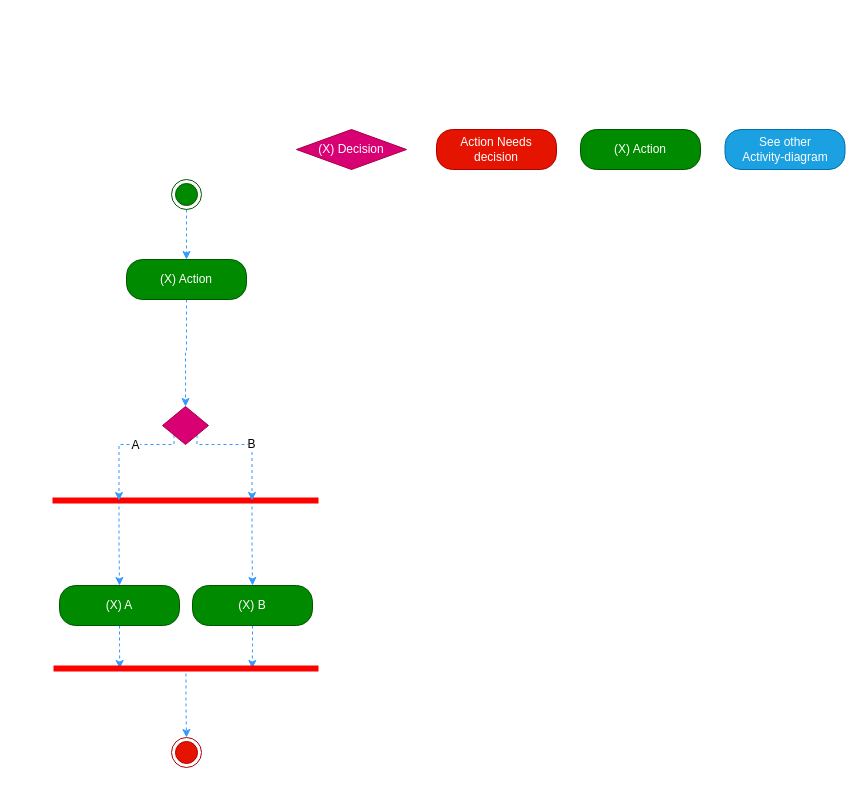
Before: Activity Diagrams/_Template activity.drawio in nsward/diagrams, a draw.io diagram. Source tidied: cells renumbered, new cells numbered last; positions are measured from the earlier drawing's top-left corner, leaving out a move shared by most shapes. Both pictures are drawn from the tidied source at 100%, with x=0, y=0 at pixel (52, 129).
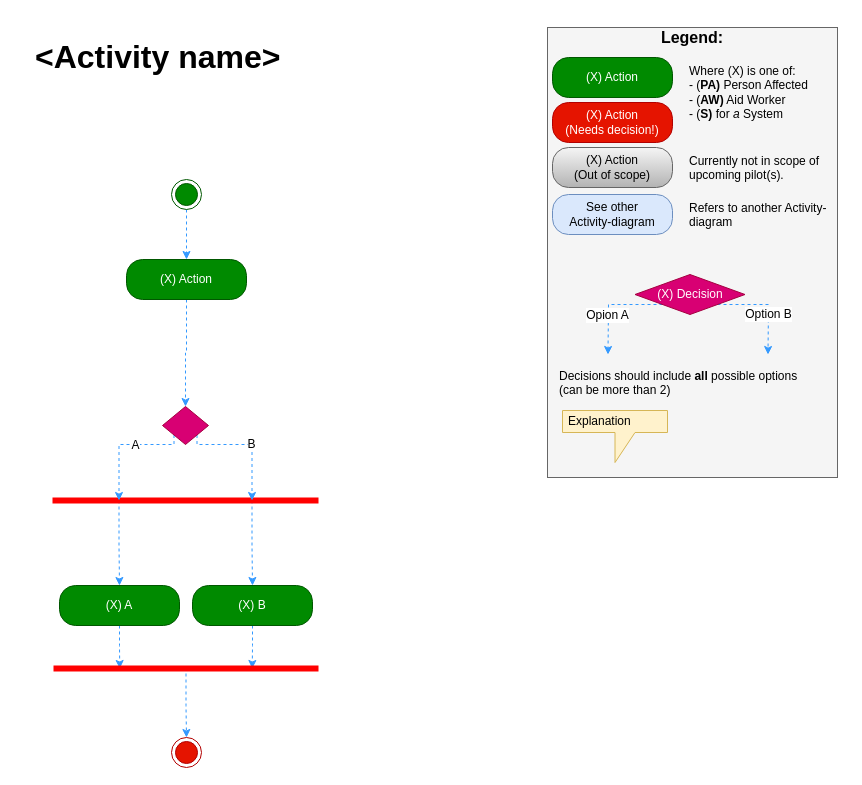
The same diagram, later.

Commit message:
Update legend/format of template

The edit, as a diff of the source:
```diff
@@
+    <mxCell id="26" style="rounded=0;whiteSpace=wrap;html=1;fontSize=16;align=left;fillColor=#f5f5f5;strokeColor=#666666;fontColor=#333333;" parent="1" vertex="1">
+      <mxGeometry x="495" y="-102" width="290" height="450" as="geometry" />
+    </mxCell>
@@
-    <mxCell id="6" value="See other&lt;br&gt;Activity-diagram" style="rounded=1;whiteSpace=wrap;html=1;arcSize=40;fillColor=#1ba1e2;strokeColor=#006EAF;fontColor=#ffffff;" parent="1" vertex="1">
-      <mxGeometry x="672.5" width="120" height="40" as="geometry" />
+    <mxCell id="6" value="See other&lt;br&gt;Activity-diagram" style="rounded=1;whiteSpace=wrap;html=1;arcSize=40;fillColor=#dae8fc;strokeColor=#6c8ebf;" parent="1" vertex="1">
+      <mxGeometry x="500" y="65" width="120" height="40" as="geometry" />
     </mxCell>
@@
     <mxCell id="8" value="(X) Action&lt;br&gt;" style="rounded=1;whiteSpace=wrap;html=1;arcSize=40;fillColor=#008a00;strokeColor=#005700;fontColor=#ffffff;" parent="1" vertex="1">
-      <mxGeometry x="528" width="120" height="40" as="geometry" />
+      <mxGeometry x="500" y="-72" width="120" height="40" as="geometry" />
     </mxCell>
+    <mxCell id="27" style="edgeStyle=orthogonalEdgeStyle;rounded=0;jettySize=auto;html=1;dashed=1;strokeColor=#3399FF;exitX=0;exitY=1;exitDx=0;exitDy=0;" parent="1" edge="1" source="9">
+      <mxGeometry relative="1" as="geometry">
+        <mxPoint x="555.5" y="225" as="targetPoint" />
+      </mxGeometry>
+    </mxCell>
+    <mxCell id="28" value="Opion A" style="text;html=1;align=center;verticalAlign=middle;labelBackgroundColor=#ffffff;" parent="27" vertex="1">
+      <mxGeometry x="-0.26" y="1" relative="1" as="geometry">
+        <mxPoint x="-18" y="9" as="offset" />
+      </mxGeometry>
+    </mxCell>
+    <mxCell id="29" style="edgeStyle=orthogonalEdgeStyle;rounded=0;jettySize=auto;html=1;exitX=1;exitY=1;exitDx=0;exitDy=0;dashed=1;strokeColor=#3399FF;" parent="1" edge="1" source="9">
+      <mxGeometry relative="1" as="geometry">
+        <mxPoint x="715.5" y="225" as="targetPoint" />
+      </mxGeometry>
+    </mxCell>
+    <mxCell id="30" value="Option B" style="text;html=1;align=center;verticalAlign=middle;labelBackgroundColor=#ffffff;" parent="29" vertex="1">
+      <mxGeometry x="0.2" y="-1" relative="1" as="geometry">
+        <mxPoint x="1" as="offset" />
+      </mxGeometry>
+    </mxCell>
     <mxCell id="9" value="&lt;span&gt;(X) Decision&lt;br&gt;&lt;/span&gt;" style="rhombus;whiteSpace=wrap;html=1;fillColor=#d80073;strokeColor=#A50040;fontColor=#ffffff;" parent="1" vertex="1">
-      <mxGeometry x="244" width="110" height="40" as="geometry" />
+      <mxGeometry x="582.5" y="145" width="110" height="40" as="geometry" />
     </mxCell>
@@
-    <mxCell id="25" value="Action Needs decision&lt;br&gt;" style="rounded=1;whiteSpace=wrap;html=1;arcSize=40;fillColor=#e51400;strokeColor=#B20000;fontColor=#ffffff;" parent="1" vertex="1">
-      <mxGeometry x="384" width="120" height="40" as="geometry" />
+    <mxCell id="25" value="(X) Action&lt;br&gt;(Needs decision!)&lt;br&gt;" style="rounded=1;whiteSpace=wrap;html=1;arcSize=40;fillColor=#e51400;strokeColor=#B20000;fontColor=#ffffff;" parent="1" vertex="1">
+      <mxGeometry x="500" y="-27" width="120" height="40" as="geometry" />
     </mxCell>
+    <mxCell id="31" value="&lt;div style=&quot;text-align: left ; font-size: 32px&quot;&gt;&amp;lt;Activity name&amp;gt;&lt;/div&gt;" style="text;html=1;strokeColor=none;fillColor=none;align=left;verticalAlign=middle;whiteSpace=wrap;rounded=0;fontStyle=1;fontSize=32;spacingLeft=16;" parent="1" vertex="1">
+      <mxGeometry x="-35" y="-112" width="518" height="80" as="geometry" />
+    </mxCell>
+    <mxCell id="32" value="&lt;font style=&quot;font-size: 16px;&quot;&gt;Legend:&lt;/font&gt;" style="text;html=1;strokeColor=none;fillColor=none;align=center;verticalAlign=middle;whiteSpace=wrap;rounded=0;fontSize=16;fontStyle=1;" parent="1" vertex="1">
+      <mxGeometry x="620" y="-102" width="40" height="20" as="geometry" />
+    </mxCell>
+    <mxCell id="33" value="Where (X) is one of:&lt;br&gt;- (&lt;b&gt;PA)&lt;/b&gt; Person Affected&lt;br&gt;- (&lt;b&gt;AW)&lt;/b&gt; Aid Worker&lt;br&gt;- (&lt;b&gt;S)&lt;/b&gt; for &lt;i&gt;a&lt;/i&gt; System&lt;br&gt;" style="text;html=1;strokeColor=none;fillColor=none;align=left;verticalAlign=top;whiteSpace=wrap;rounded=0;fontSize=12;" parent="1" vertex="1">
+      <mxGeometry x="635" y="-72" width="140" height="70" as="geometry" />
+    </mxCell>
+    <mxCell id="34" value="Refers to another Activity-diagram&lt;br&gt;" style="text;html=1;strokeColor=none;fillColor=none;align=left;verticalAlign=top;whiteSpace=wrap;rounded=0;fontSize=12;" parent="1" vertex="1">
+      <mxGeometry x="635" y="65" width="140" height="38" as="geometry" />
+    </mxCell>
+    <mxCell id="35" value="Decisions should include &lt;b&gt;all&lt;/b&gt; possible options (can be more than 2)&lt;br&gt;" style="text;html=1;strokeColor=none;fillColor=none;align=left;verticalAlign=top;whiteSpace=wrap;rounded=0;fontSize=12;" parent="1" vertex="1">
+      <mxGeometry x="505" y="233" width="250" height="38" as="geometry" />
+    </mxCell>
+    <mxCell id="36" value="&lt;p&gt;Explanation&lt;/p&gt;" style="shape=callout;whiteSpace=wrap;html=1;perimeter=calloutPerimeter;fillColor=#fff2cc;fontSize=12;align=left;strokeColor=#d6b656;spacingLeft=4;" parent="1" vertex="1">
+      <mxGeometry x="510" y="281" width="105" height="52" as="geometry" />
+    </mxCell>
+    <mxCell id="37" value="(X) Action&lt;br&gt;(Out of scope)&lt;br&gt;" style="rounded=1;whiteSpace=wrap;html=1;arcSize=40;fillColor=#f5f5f5;strokeColor=#666666;gradientColor=#b3b3b3;" parent="1" vertex="1">
+      <mxGeometry x="500" y="18" width="120" height="40" as="geometry" />
+    </mxCell>
+    <mxCell id="38" value="Currently not in scope of upcoming pilot(s).&lt;br&gt;" style="text;html=1;strokeColor=none;fillColor=none;align=left;verticalAlign=top;whiteSpace=wrap;rounded=0;fontSize=12;" parent="1" vertex="1">
+      <mxGeometry x="635" y="18" width="140" height="70" as="geometry" />
+    </mxCell>
```
